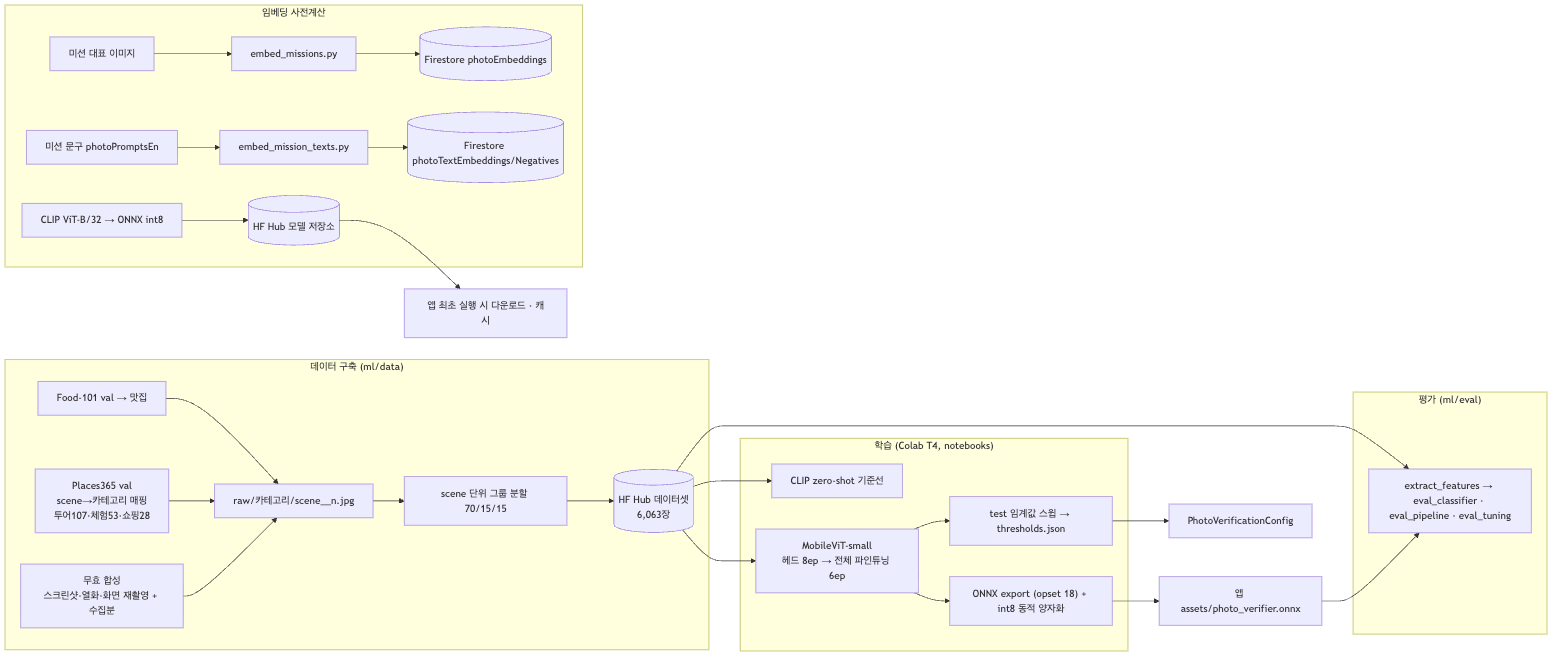
The Mermaid diagram docs/diagrams/04-ml-offline-pipeline.png in kimgayeon430/seoul-quest, before a commit. Its source is kept beside it as docs/diagrams/04-ml-offline-pipeline.mmd. Its diagram source:
```mermaid
flowchart LR
  subgraph Data["데이터 구축 (ml/data)"]
    F101["Food-101 val → 맛집"] --> RAW["raw/카테고리/scene__n.jpg"]
    P365["Places365 val<br/>scene→카테고리 매핑<br/>투어107·체험53·쇼핑28"] --> RAW
    NEG["무효 합성<br/>스크린샷·열화·화면 재촬영 + 수집분"] --> RAW
    RAW --> SPLIT["scene 단위 그룹 분할 70/15/15"] --> HFDS[("HF Hub 데이터셋<br/>6,063장")]
  end
  subgraph Train["학습 (Colab T4, notebooks)"]
    HFDS --> ZS["CLIP zero-shot 기준선"]
    HFDS --> FT["MobileViT-small<br/>헤드 8ep → 전체 파인튜닝 6ep"]
    FT --> THR["test 임계값 스윕 → thresholds.json"]
    FT --> EXP["ONNX export (opset 18) + int8 동적 양자화"]
  end
  subgraph Emb["임베딩 사전계산"]
    CLIPX["CLIP ViT-B/32 → ONNX int8"] --> HFM[("HF Hub 모델 저장소")]
    MIMG["미션 대표 이미지"] --> EM["embed_missions.py"] --> FSI[("Firestore photoEmbeddings")]
    MTXT["미션 문구 photoPromptsEn"] --> ET["embed_mission_texts.py"] --> FST[("Firestore photoTextEmbeddings/Negatives")]
  end
  EXP --> APP["앱 assets/photo_verifier.onnx"]
  THR --> CFG["PhotoVerificationConfig"]
  HFM --> APPDL["앱 최초 실행 시 다운로드 · 캐시"]
  subgraph Eval["평가 (ml/eval)"]
    EV["extract_features → eval_classifier · eval_pipeline · eval_tuning"]
  end
  HFDS --> EV
  APP --> EV
```
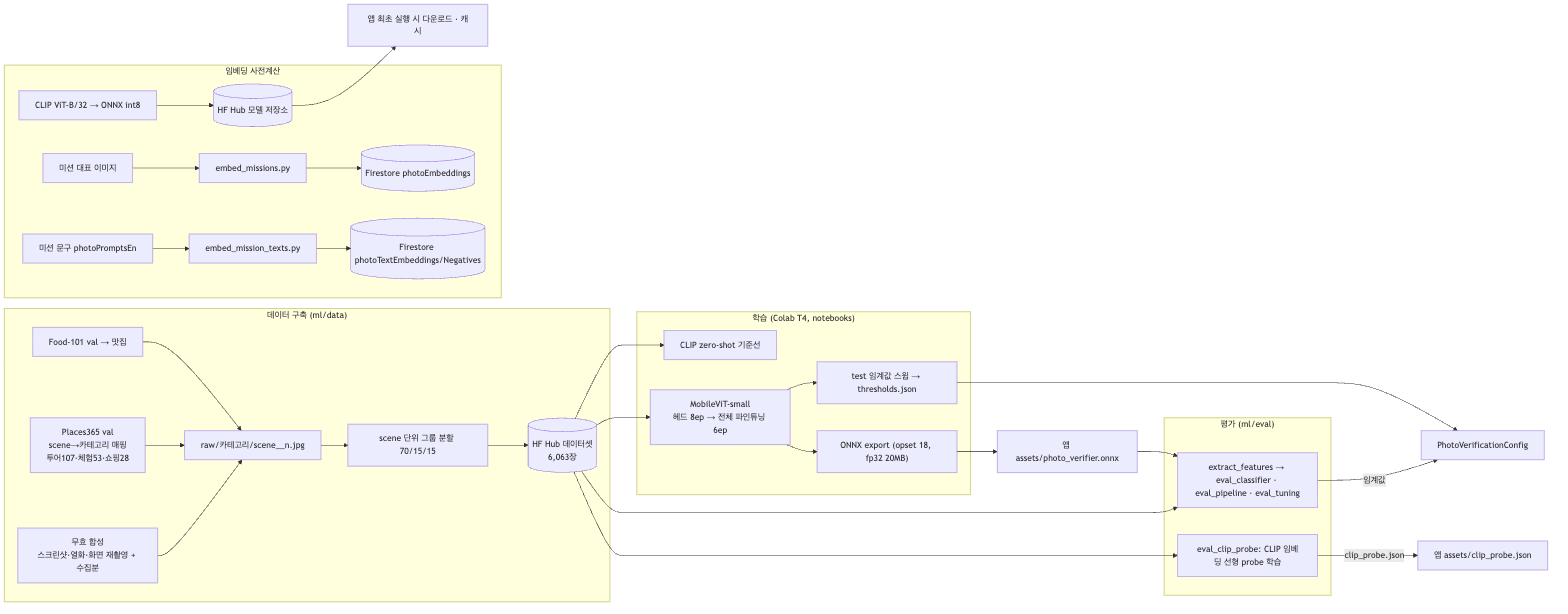
Above is the later version.

Commit message:
docs: 사진 인증 구성도에 CLIP probe 단계 반영, 분류기 fp32 표기 수정

Change to the diagram source:
```diff
@@ -9,7 +9,7 @@
     HFDS --> ZS["CLIP zero-shot 기준선"]
     HFDS --> FT["MobileViT-small<br/>헤드 8ep → 전체 파인튜닝 6ep"]
     FT --> THR["test 임계값 스윕 → thresholds.json"]
-    FT --> EXP["ONNX export (opset 18) + int8 동적 양자화"]
+    FT --> EXP["ONNX export (opset 18, fp32 20MB)"]
   end
   subgraph Emb["임베딩 사전계산"]
     CLIPX["CLIP ViT-B/32 → ONNX int8"] --> HFM[("HF Hub 모델 저장소")]
@@ -21,6 +21,10 @@
   HFM --> APPDL["앱 최초 실행 시 다운로드 · 캐시"]
   subgraph Eval["평가 (ml/eval)"]
     EV["extract_features → eval_classifier · eval_pipeline · eval_tuning"]
+    PRB["eval_clip_probe: CLIP 임베딩 선형 probe 학습"]
   end
   HFDS --> EV
   APP --> EV
+  HFDS --> PRB
+  PRB -->|clip_probe.json| APP2["앱 assets/clip_probe.json"]
+  EV -->|임계값| CFG
```
